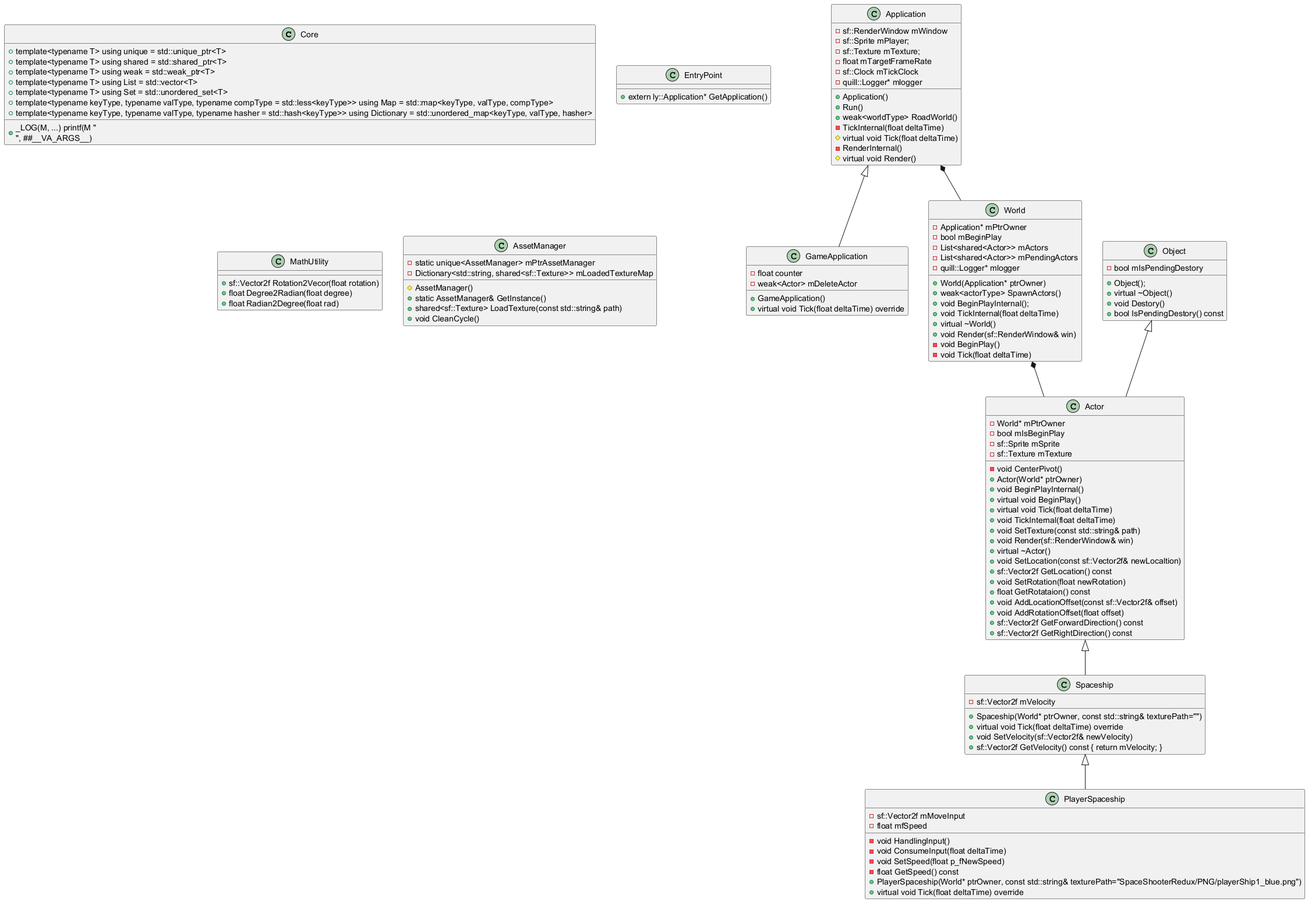
The PlantUML diagram docs/UMLClassesDiagrams/LightYearsGameArch.png in eddieho2001/LightYearsGame, before a commit.
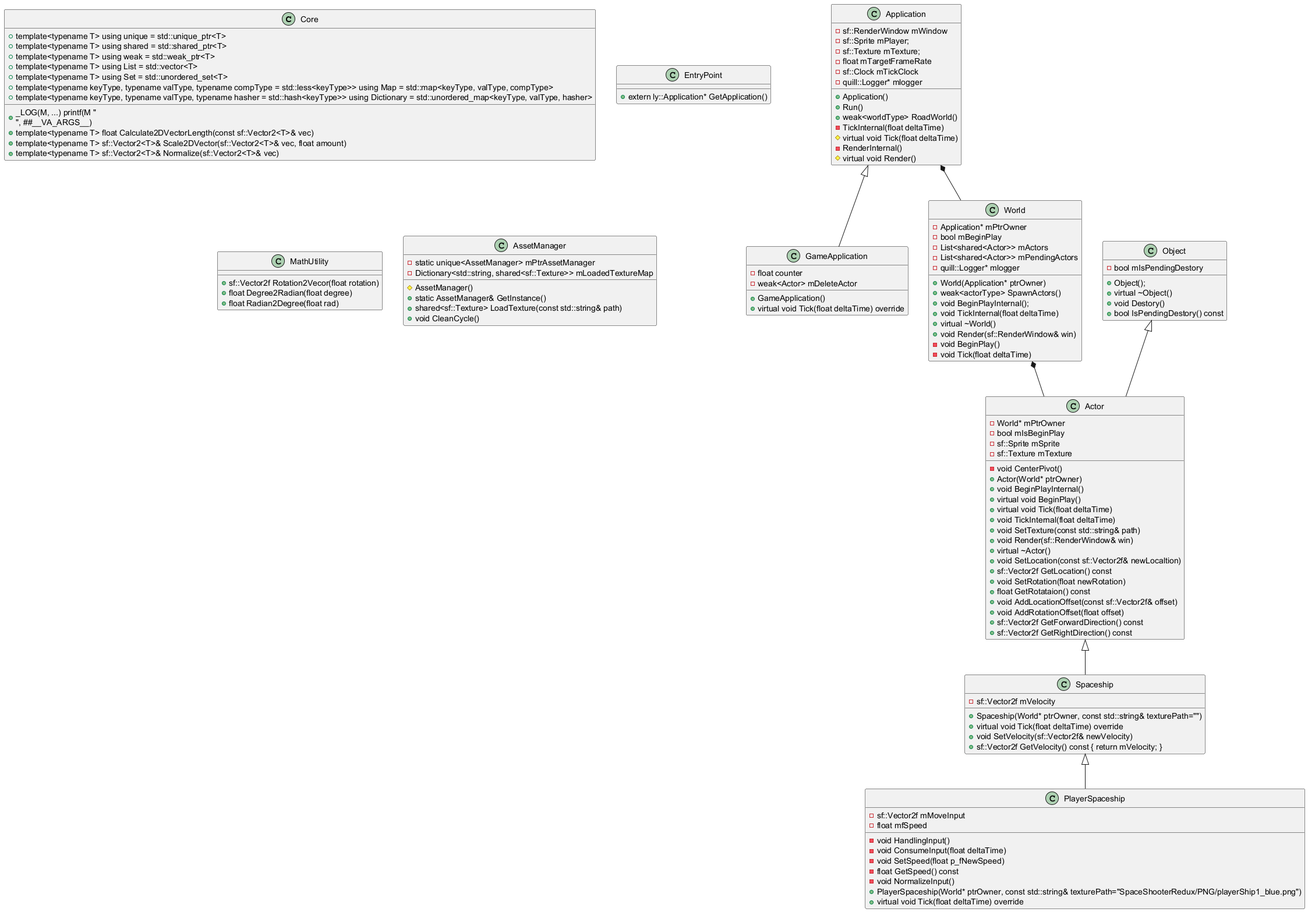
Later version of the same file.

Change to the diagram source:
```diff
@@ -9,6 +9,9 @@
 	+template<typename keyType, typename valType, typename compType = std::less<keyType>> using Map = std::map<keyType, valType, compType>
 	+template<typename keyType, typename valType, typename hasher = std::hash<keyType>> using Dictionary = std::unordered_map<keyType, valType, hasher>
 	+_LOG(M, ...) printf(M "\n", ##__VA_ARGS__)
+	+template<typename T> float Calculate2DVectorLength(const sf::Vector2<T>& vec)
+	+template<typename T> sf::Vector2<T>& Scale2DVector(sf::Vector2<T>& vec, float amount)
+	+template<typename T> sf::Vector2<T>& Normalize(sf::Vector2<T>& vec)
 }
 
 class EntryPoint{
@@ -108,6 +111,7 @@
 	-void ConsumeInput(float deltaTime)
 	-void SetSpeed(float p_fNewSpeed)
 	-float GetSpeed() const
+	-void NormalizeInput()
 	+PlayerSpaceship(World* ptrOwner, const std::string& texturePath="SpaceShooterRedux/PNG/playerShip1_blue.png")
 	+virtual void Tick(float deltaTime) override
 
```
